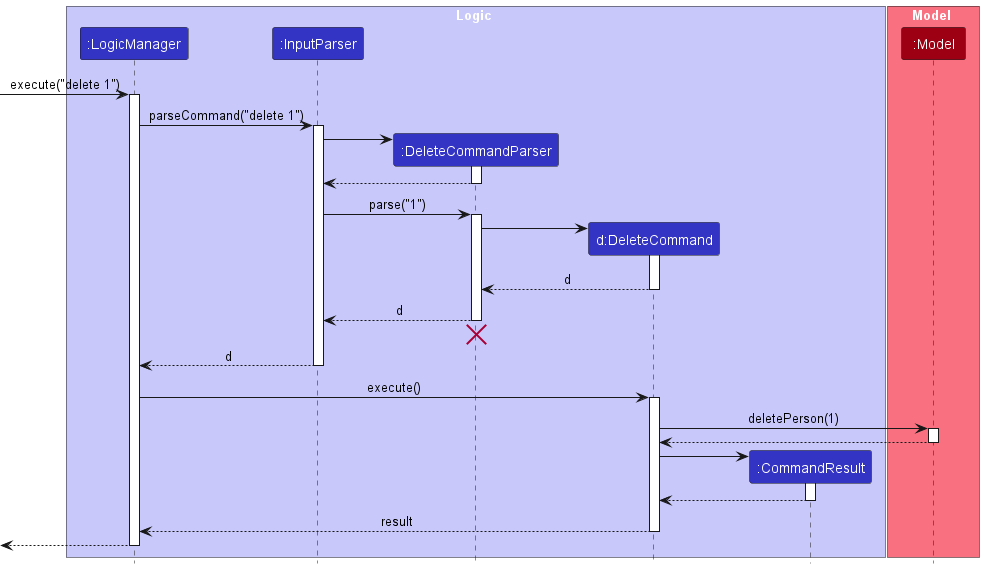
This is docs/images/DeleteSequenceDiagram.png from nus-cs2103-AY2324S1/tp, a PlantUML export, as it was before one commit. The source it was exported from:
```plantuml
@startuml
!include style.puml
skinparam ArrowFontStyle plain

box Logic LOGIC_COLOR_T1
participant ":LogicManager" as LogicManager LOGIC_COLOR
participant ":InputParser" as InputParser LOGIC_COLOR
participant ":DeleteCommandParser" as DeleteCommandParser LOGIC_COLOR
participant "d:DeleteCommand" as DeleteCommand LOGIC_COLOR
participant ":CommandResult" as CommandResult LOGIC_COLOR
end box

box Model MODEL_COLOR_T1
participant ":Model" as Model MODEL_COLOR
end box

[-> LogicManager : execute("delete 1")
activate LogicManager

LogicManager -> InputParser : parseCommand("delete 1")
activate InputParser

create DeleteCommandParser
InputParser -> DeleteCommandParser
activate DeleteCommandParser

DeleteCommandParser --> InputParser
deactivate DeleteCommandParser

InputParser -> DeleteCommandParser : parse("1")
activate DeleteCommandParser

create DeleteCommand
DeleteCommandParser -> DeleteCommand
activate DeleteCommand

DeleteCommand --> DeleteCommandParser : d
deactivate DeleteCommand

DeleteCommandParser --> InputParser : d
deactivate DeleteCommandParser
DeleteCommandParser -[hidden]-> InputParser
destroy DeleteCommandParser

InputParser --> LogicManager : d
deactivate InputParser

LogicManager -> DeleteCommand : execute()
activate DeleteCommand

DeleteCommand -> Model : deletePerson(1)
activate Model

Model --> DeleteCommand
deactivate Model

create CommandResult
DeleteCommand -> CommandResult
activate CommandResult

CommandResult --> DeleteCommand
deactivate CommandResult

DeleteCommand --> LogicManager : result
deactivate DeleteCommand

[<--LogicManager
deactivate LogicManager
@enduml
```
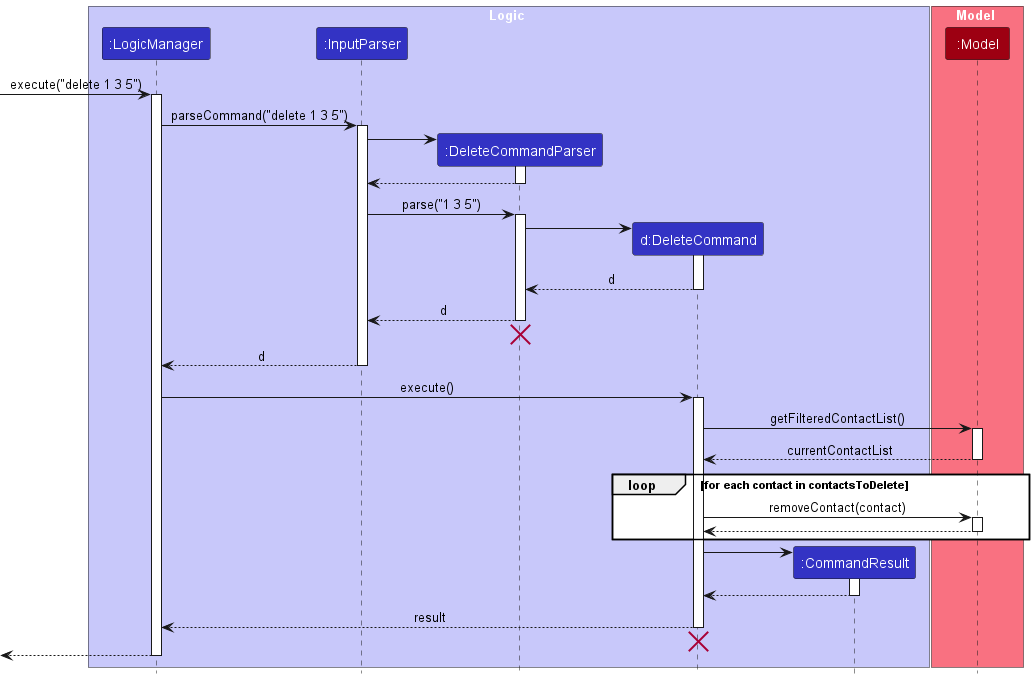
After the change.

The edit, as a diff of the source:
```diff
@@ -14,10 +14,10 @@
 participant ":Model" as Model MODEL_COLOR
 end box
 
-[-> LogicManager : execute("delete 1")
+[-> LogicManager : execute("delete 1 3 5")
 activate LogicManager
 
-LogicManager -> InputParser : parseCommand("delete 1")
+LogicManager -> InputParser : parseCommand("delete 1 3 5")
 activate InputParser
 
 create DeleteCommandParser
@@ -27,7 +27,7 @@
 DeleteCommandParser --> InputParser
 deactivate DeleteCommandParser
 
-InputParser -> DeleteCommandParser : parse("1")
+InputParser -> DeleteCommandParser : parse("1 3 5")
 activate DeleteCommandParser
 
 create DeleteCommand
@@ -48,11 +48,17 @@
 LogicManager -> DeleteCommand : execute()
 activate DeleteCommand
 
-DeleteCommand -> Model : deletePerson(1)
+DeleteCommand -> Model : getFilteredContactList()
 activate Model
+Model --> DeleteCommand : currentContactList
+deactivate Model
 
-Model --> DeleteCommand
-deactivate Model
+loop for each contact in contactsToDelete
+    DeleteCommand -> Model : removeContact(contact)
+    activate Model
+    Model --> DeleteCommand
+    deactivate Model
+end
 
 create CommandResult
 DeleteCommand -> CommandResult
@@ -63,7 +69,10 @@
 
 DeleteCommand --> LogicManager : result
 deactivate DeleteCommand
+DeleteCommand -[hidden]-> InputParser
+destroy DeleteCommand
 
 [<--LogicManager
 deactivate LogicManager
+deactivate CommandResult
 @enduml
```
